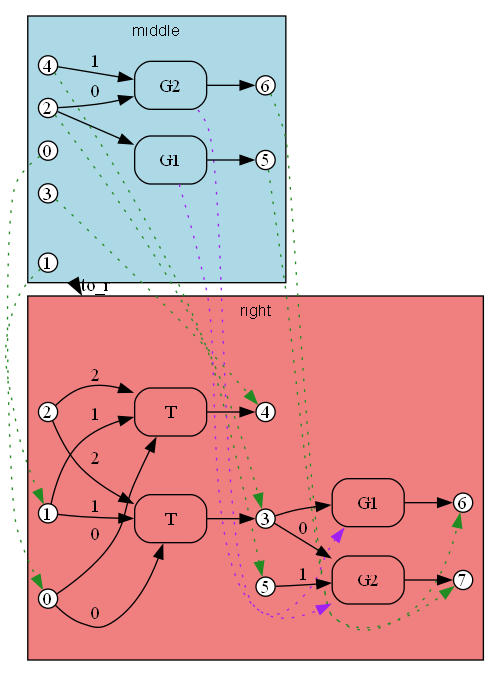
Above: crates/bhyp/images/test_copy_subst_commute/path1_substitution_result_span_to_r.png in ammatsui/bhypvis (Graphviz), before the change. Its source is kept beside it as crates/bhyp/images/test_copy_subst_commute/path1_substitution_result_span_to_r.dot. Source of this version:
```dot
digraph Morphism {
  fontname="Helvetica"
  fontsize=12
  rankdir=LR;
  compound=true;
  newrank=true;

  subgraph cluster_domain {
    label="middle";
    style=filled;
    fillcolor="lightblue";
    fontname="Helvetica";
    fontsize=12;

    dom_n1 [label="1", shape=circle, style=filled, fillcolor=white, color="black", width=0.2, height=0.2, fixedsize=true];
    dom_n2 [label="2", shape=circle, style=filled, fillcolor=white, color="black", width=0.2, height=0.2, fixedsize=true];
    dom_n3 [label="3", shape=circle, style=filled, fillcolor=white, color="black", width=0.2, height=0.2, fixedsize=true];
    dom_n5 [label="5", shape=circle, style=filled, fillcolor=white, color="black", width=0.2, height=0.2, fixedsize=true];
    dom_n0 [label="0", shape=circle, style=filled, fillcolor=white, color="black", width=0.2, height=0.2, fixedsize=true];
    dom_n4 [label="4", shape=circle, style=filled, fillcolor=white, color="black", width=0.2, height=0.2, fixedsize=true];
    dom_n6 [label="6", shape=circle, style=filled, fillcolor=white, color="black", width=0.2, height=0.2, fixedsize=true];
    dom_e0 [label="G2", shape=box, style=rounded, color="black"];
    dom_e1 [label="G1", shape=box, style=rounded, color="black"];
    dom_n2 -> dom_e0 [label="0"];
    dom_n4 -> dom_e0 [label="1"];
    dom_e0 -> dom_n6 [label=""];
    dom_n2 -> dom_e1 [label=""];
    dom_e1 -> dom_n5 [label=""];
    dom_anchor [shape=point, width=0, height=0, style=invis];
  }

  subgraph cluster_codomain {
    label="right";
    style=filled;
    fillcolor="lightcoral";
    fontname="Helvetica";
    fontsize=12;

    cod_n3 [label="3", shape=circle, style=filled, fillcolor=white, color="black", width=0.2, height=0.2, fixedsize=true];
    cod_n7 [label="7", shape=circle, style=filled, fillcolor=white, color="black", width=0.2, height=0.2, fixedsize=true];
    cod_n4 [label="4", shape=circle, style=filled, fillcolor=white, color="black", width=0.2, height=0.2, fixedsize=true];
    cod_n2 [label="2", shape=circle, style=filled, fillcolor=white, color="black", width=0.2, height=0.2, fixedsize=true];
    cod_n6 [label="6", shape=circle, style=filled, fillcolor=white, color="black", width=0.2, height=0.2, fixedsize=true];
    cod_n1 [label="1", shape=circle, style=filled, fillcolor=white, color="black", width=0.2, height=0.2, fixedsize=true];
    cod_n5 [label="5", shape=circle, style=filled, fillcolor=white, color="black", width=0.2, height=0.2, fixedsize=true];
    cod_n0 [label="0", shape=circle, style=filled, fillcolor=white, color="black", width=0.2, height=0.2, fixedsize=true];
    cod_e0 [label="T", shape=box, style=rounded, color="black"];
    cod_e1 [label="T", shape=box, style=rounded, color="black"];
    cod_e3 [label="G1", shape=box, style=rounded, color="black"];
    cod_e2 [label="G2", shape=box, style=rounded, color="black"];
    cod_n0 -> cod_e0 [label="0"];
    cod_n1 -> cod_e0 [label="1"];
    cod_n2 -> cod_e0 [label="2"];
    cod_e0 -> cod_n3 [label=""];
    cod_n0 -> cod_e1 [label="0"];
    cod_n1 -> cod_e1 [label="1"];
    cod_n2 -> cod_e1 [label="2"];
    cod_e1 -> cod_n4 [label=""];
    cod_n3 -> cod_e3 [label=""];
    cod_e3 -> cod_n6 [label=""];
    cod_n3 -> cod_e2 [label="0"];
    cod_n5 -> cod_e2 [label="1"];
    cod_e2 -> cod_n7 [label=""];
    cod_anchor [shape=point, width=0, height=0, style=invis];
  }

  dom_n3 -> cod_n4 [style=dotted, color=forestgreen, constraint=false];
  dom_n1 -> cod_n1 [style=dotted, color=forestgreen, constraint=false];
  dom_n5 -> cod_n6 [style=dotted, color=forestgreen, constraint=false];
  dom_n4 -> cod_n5 [style=dotted, color=forestgreen, constraint=false];
  dom_n2 -> cod_n3 [style=dotted, color=forestgreen, constraint=false];
  dom_n0 -> cod_n0 [style=dotted, color=forestgreen, constraint=false];
  dom_n6 -> cod_n7 [style=dotted, color=forestgreen, constraint=false];
  dom_e0 -> cod_e2 [style=dotted, color=purple, constraint=false];
  dom_e1 -> cod_e3 [style=dotted, color=purple, constraint=false];

  dom_anchor -> cod_anchor [lhead=cluster_codomain, ltail=cluster_domain, style=bold, color=black, label="to_r", penwidth=2];
}
```
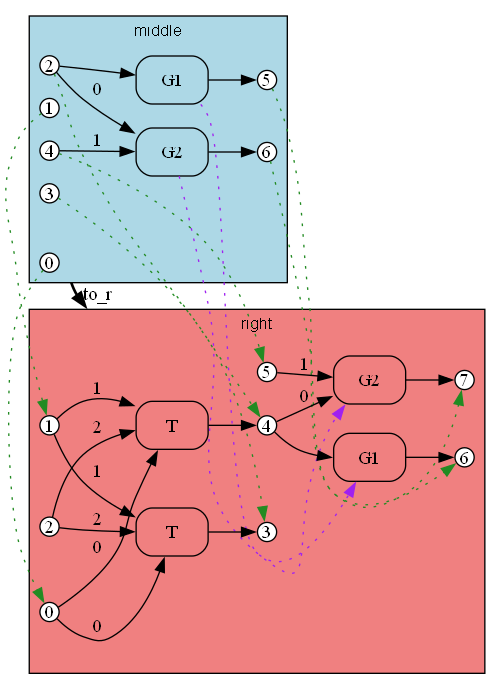
Above is the later version.

The edit, as a diff of the source:
```diff
@@ -12,20 +12,20 @@
     fontname="Helvetica";
     fontsize=12;
 
+    dom_n4 [label="4", shape=circle, style=filled, fillcolor=white, color="black", width=0.2, height=0.2, fixedsize=true];
+    dom_n0 [label="0", shape=circle, style=filled, fillcolor=white, color="black", width=0.2, height=0.2, fixedsize=true];
+    dom_n3 [label="3", shape=circle, style=filled, fillcolor=white, color="black", width=0.2, height=0.2, fixedsize=true];
+    dom_n2 [label="2", shape=circle, style=filled, fillcolor=white, color="black", width=0.2, height=0.2, fixedsize=true];
+    dom_n5 [label="5", shape=circle, style=filled, fillcolor=white, color="black", width=0.2, height=0.2, fixedsize=true];
+    dom_n6 [label="6", shape=circle, style=filled, fillcolor=white, color="black", width=0.2, height=0.2, fixedsize=true];
     dom_n1 [label="1", shape=circle, style=filled, fillcolor=white, color="black", width=0.2, height=0.2, fixedsize=true];
-    dom_n2 [label="2", shape=circle, style=filled, fillcolor=white, color="black", width=0.2, height=0.2, fixedsize=true];
-    dom_n3 [label="3", shape=circle, style=filled, fillcolor=white, color="black", width=0.2, height=0.2, fixedsize=true];
-    dom_n5 [label="5", shape=circle, style=filled, fillcolor=white, color="black", width=0.2, height=0.2, fixedsize=true];
-    dom_n0 [label="0", shape=circle, style=filled, fillcolor=white, color="black", width=0.2, height=0.2, fixedsize=true];
-    dom_n4 [label="4", shape=circle, style=filled, fillcolor=white, color="black", width=0.2, height=0.2, fixedsize=true];
-    dom_n6 [label="6", shape=circle, style=filled, fillcolor=white, color="black", width=0.2, height=0.2, fixedsize=true];
+    dom_e1 [label="G1", shape=box, style=rounded, color="black"];
     dom_e0 [label="G2", shape=box, style=rounded, color="black"];
-    dom_e1 [label="G1", shape=box, style=rounded, color="black"];
+    dom_n2 -> dom_e1 [label=""];
+    dom_e1 -> dom_n5 [label=""];
     dom_n2 -> dom_e0 [label="0"];
     dom_n4 -> dom_e0 [label="1"];
     dom_e0 -> dom_n6 [label=""];
-    dom_n2 -> dom_e1 [label=""];
-    dom_e1 -> dom_n5 [label=""];
     dom_anchor [shape=point, width=0, height=0, style=invis];
   }
 
@@ -36,43 +36,43 @@
     fontname="Helvetica";
     fontsize=12;
 
+    cod_n5 [label="5", shape=circle, style=filled, fillcolor=white, color="black", width=0.2, height=0.2, fixedsize=true];
+    cod_n1 [label="1", shape=circle, style=filled, fillcolor=white, color="black", width=0.2, height=0.2, fixedsize=true];
+    cod_n6 [label="6", shape=circle, style=filled, fillcolor=white, color="black", width=0.2, height=0.2, fixedsize=true];
+    cod_n7 [label="7", shape=circle, style=filled, fillcolor=white, color="black", width=0.2, height=0.2, fixedsize=true];
+    cod_n0 [label="0", shape=circle, style=filled, fillcolor=white, color="black", width=0.2, height=0.2, fixedsize=true];
     cod_n3 [label="3", shape=circle, style=filled, fillcolor=white, color="black", width=0.2, height=0.2, fixedsize=true];
-    cod_n7 [label="7", shape=circle, style=filled, fillcolor=white, color="black", width=0.2, height=0.2, fixedsize=true];
+    cod_n2 [label="2", shape=circle, style=filled, fillcolor=white, color="black", width=0.2, height=0.2, fixedsize=true];
     cod_n4 [label="4", shape=circle, style=filled, fillcolor=white, color="black", width=0.2, height=0.2, fixedsize=true];
-    cod_n2 [label="2", shape=circle, style=filled, fillcolor=white, color="black", width=0.2, height=0.2, fixedsize=true];
-    cod_n6 [label="6", shape=circle, style=filled, fillcolor=white, color="black", width=0.2, height=0.2, fixedsize=true];
-    cod_n1 [label="1", shape=circle, style=filled, fillcolor=white, color="black", width=0.2, height=0.2, fixedsize=true];
-    cod_n5 [label="5", shape=circle, style=filled, fillcolor=white, color="black", width=0.2, height=0.2, fixedsize=true];
-    cod_n0 [label="0", shape=circle, style=filled, fillcolor=white, color="black", width=0.2, height=0.2, fixedsize=true];
-    cod_e0 [label="T", shape=box, style=rounded, color="black"];
-    cod_e1 [label="T", shape=box, style=rounded, color="black"];
     cod_e3 [label="G1", shape=box, style=rounded, color="black"];
     cod_e2 [label="G2", shape=box, style=rounded, color="black"];
+    cod_e1 [label="T", shape=box, style=rounded, color="black"];
+    cod_e0 [label="T", shape=box, style=rounded, color="black"];
+    cod_n4 -> cod_e3 [label=""];
+    cod_e3 -> cod_n6 [label=""];
+    cod_n4 -> cod_e2 [label="0"];
+    cod_n5 -> cod_e2 [label="1"];
+    cod_e2 -> cod_n7 [label=""];
+    cod_n0 -> cod_e1 [label="0"];
+    cod_n1 -> cod_e1 [label="1"];
+    cod_n2 -> cod_e1 [label="2"];
+    cod_e1 -> cod_n4 [label=""];
     cod_n0 -> cod_e0 [label="0"];
     cod_n1 -> cod_e0 [label="1"];
     cod_n2 -> cod_e0 [label="2"];
     cod_e0 -> cod_n3 [label=""];
-    cod_n0 -> cod_e1 [label="0"];
-    cod_n1 -> cod_e1 [label="1"];
-    cod_n2 -> cod_e1 [label="2"];
-    cod_e1 -> cod_n4 [label=""];
-    cod_n3 -> cod_e3 [label=""];
-    cod_e3 -> cod_n6 [label=""];
-    cod_n3 -> cod_e2 [label="0"];
-    cod_n5 -> cod_e2 [label="1"];
-    cod_e2 -> cod_n7 [label=""];
     cod_anchor [shape=point, width=0, height=0, style=invis];
   }
 
-  dom_n3 -> cod_n4 [style=dotted, color=forestgreen, constraint=false];
+  dom_n3 -> cod_n3 [style=dotted, color=forestgreen, constraint=false];
+  dom_n0 -> cod_n0 [style=dotted, color=forestgreen, constraint=false];
+  dom_n5 -> cod_n6 [style=dotted, color=forestgreen, constraint=false];
+  dom_n2 -> cod_n4 [style=dotted, color=forestgreen, constraint=false];
+  dom_n6 -> cod_n7 [style=dotted, color=forestgreen, constraint=false];
   dom_n1 -> cod_n1 [style=dotted, color=forestgreen, constraint=false];
-  dom_n5 -> cod_n6 [style=dotted, color=forestgreen, constraint=false];
   dom_n4 -> cod_n5 [style=dotted, color=forestgreen, constraint=false];
-  dom_n2 -> cod_n3 [style=dotted, color=forestgreen, constraint=false];
-  dom_n0 -> cod_n0 [style=dotted, color=forestgreen, constraint=false];
-  dom_n6 -> cod_n7 [style=dotted, color=forestgreen, constraint=false];
+  dom_e1 -> cod_e3 [style=dotted, color=purple, constraint=false];
   dom_e0 -> cod_e2 [style=dotted, color=purple, constraint=false];
-  dom_e1 -> cod_e3 [style=dotted, color=purple, constraint=false];
 
   dom_anchor -> cod_anchor [lhead=cluster_codomain, ltail=cluster_domain, style=bold, color=black, label="to_r", penwidth=2];
 }
```
